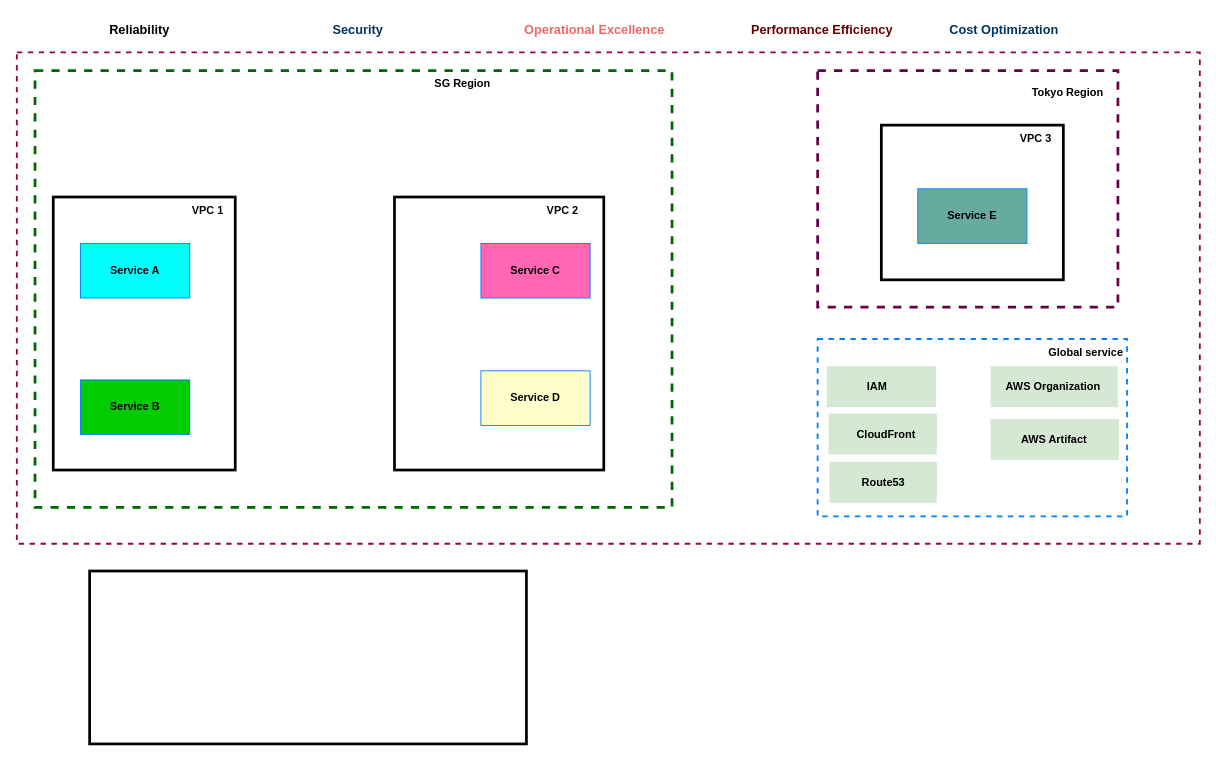
This is aws_solution_networking.drawio from dientrinh/udacity_courses, a draw.io file, before an edit. Source tidied: cells renumbered, new cells numbered last; positions are measured from the earlier drawing's top-left corner, leaving out a move shared by most shapes. Both pictures are drawn from the tidied source at 91%, with x=0, y=0 at pixel (16, 15).
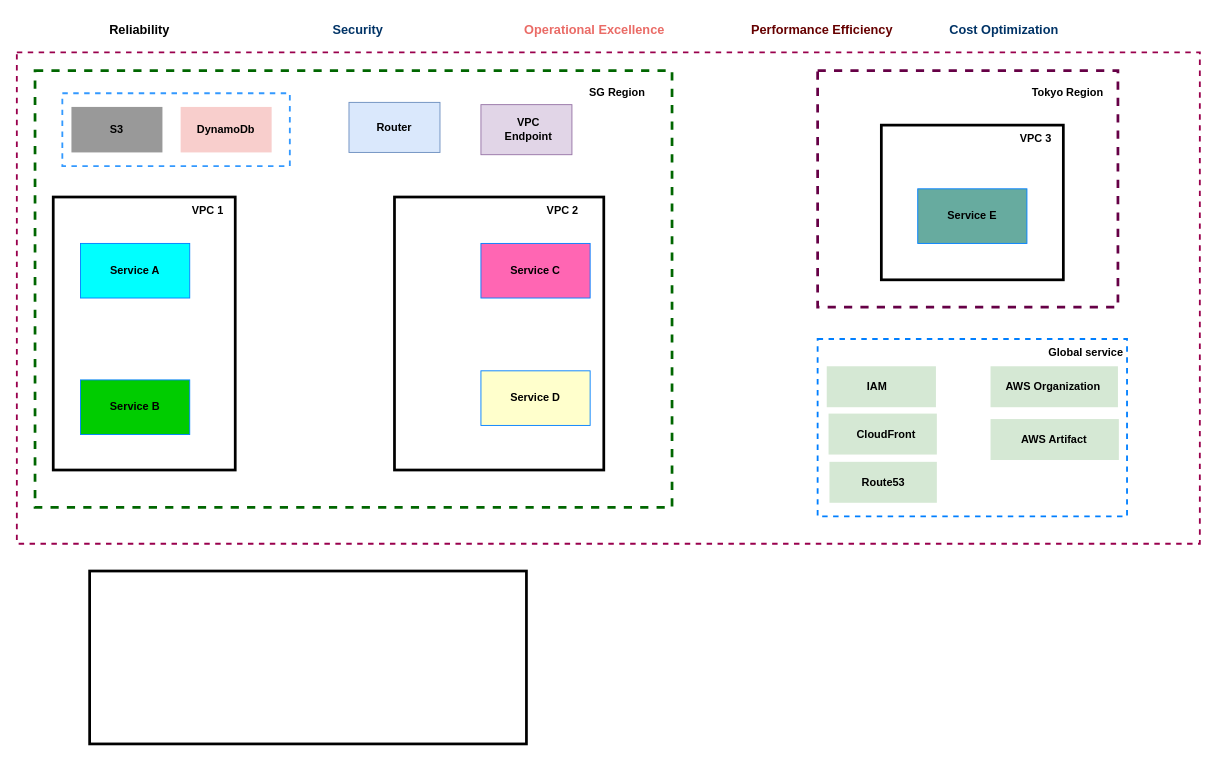
After the change.

Change to the diagram source:
```diff
@@
     <mxCell id="9" value="&lt;b&gt;SG Region&lt;/b&gt;" style="text;html=1;align=center;verticalAlign=middle;whiteSpace=wrap;rounded=0;" parent="1" vertex="1">
-      <mxGeometry x="450" y="60" width="80" height="30" as="geometry" />
+      <mxGeometry x="620" y="70" width="80" height="30" as="geometry" />
     </mxCell>
@@
+    <mxCell id="51" style="rounded=0;whiteSpace=wrap;html=1;fillColor=none;strokeColor=#3399FF;dashed=1;strokeWidth=2;" parent="1" vertex="1">
+      <mxGeometry x="50" y="85" width="250" height="80" as="geometry" />
+    </mxCell>
+    <mxCell id="52" style="group;" parent="1" vertex="1">
+      <mxGeometry x="60" y="100" width="100" height="50" as="geometry" />
+    </mxCell>
+    <mxCell id="53" style="rounded=0;whiteSpace=wrap;html=1;strokeColor=none;fillColor=#999999;" parent="52" vertex="1">
+      <mxGeometry width="100" height="50" as="geometry" />
+    </mxCell>
+    <mxCell id="54" value="&lt;b&gt;S3&lt;/b&gt;" style="text;html=1;align=center;verticalAlign=middle;whiteSpace=wrap;rounded=0;" parent="52" vertex="1">
+      <mxGeometry x="20" y="10" width="60" height="30" as="geometry" />
+    </mxCell>
+    <mxCell id="55" style="group;" parent="1" vertex="1">
+      <mxGeometry x="180" y="100" width="100" height="50" as="geometry" />
+    </mxCell>
+    <mxCell id="56" style="rounded=0;whiteSpace=wrap;html=1;strokeColor=none;fillColor=#F8CECC;" parent="55" vertex="1">
+      <mxGeometry width="100" height="50" as="geometry" />
+    </mxCell>
+    <mxCell id="57" value="&lt;b&gt;DynamoDb&lt;/b&gt;" style="text;html=1;align=center;verticalAlign=middle;whiteSpace=wrap;rounded=0;" parent="55" vertex="1">
+      <mxGeometry x="10" y="10" width="80" height="30" as="geometry" />
+    </mxCell>
+    <mxCell id="58" style="group;" parent="1" vertex="1">
+      <mxGeometry x="365" y="95" width="100" height="55" as="geometry" />
+    </mxCell>
+    <mxCell id="59" style="rounded=0;whiteSpace=wrap;html=1;fillColor=#dae8fc;strokeColor=#6c8ebf;" parent="58" vertex="1">
+      <mxGeometry width="100" height="55" as="geometry" />
+    </mxCell>
+    <mxCell id="60" value="&lt;b&gt;Router&lt;/b&gt;" style="text;html=1;align=center;verticalAlign=middle;whiteSpace=wrap;rounded=0;fillColor=none;strokeColor=none;" parent="58" vertex="1">
+      <mxGeometry x="25" y="13.8" width="50" height="27.5" as="geometry" />
+    </mxCell>
+    <mxCell id="61" style="group;" parent="1" vertex="1">
+      <mxGeometry x="510" y="97.5" width="100" height="55" as="geometry" />
+    </mxCell>
+    <mxCell id="62" style="rounded=0;whiteSpace=wrap;html=1;fillColor=#e1d5e7;strokeColor=#9673a6;" parent="61" vertex="1">
+      <mxGeometry width="100" height="55" as="geometry" />
+    </mxCell>
+    <mxCell id="63" value="&lt;b&gt;VPC Endpoint&lt;/b&gt;" style="text;html=1;align=center;verticalAlign=middle;whiteSpace=wrap;rounded=0;fillColor=none;strokeColor=none;" parent="61" vertex="1">
+      <mxGeometry x="25" y="13.8" width="55" height="27.5" as="geometry" />
+    </mxCell>
```
